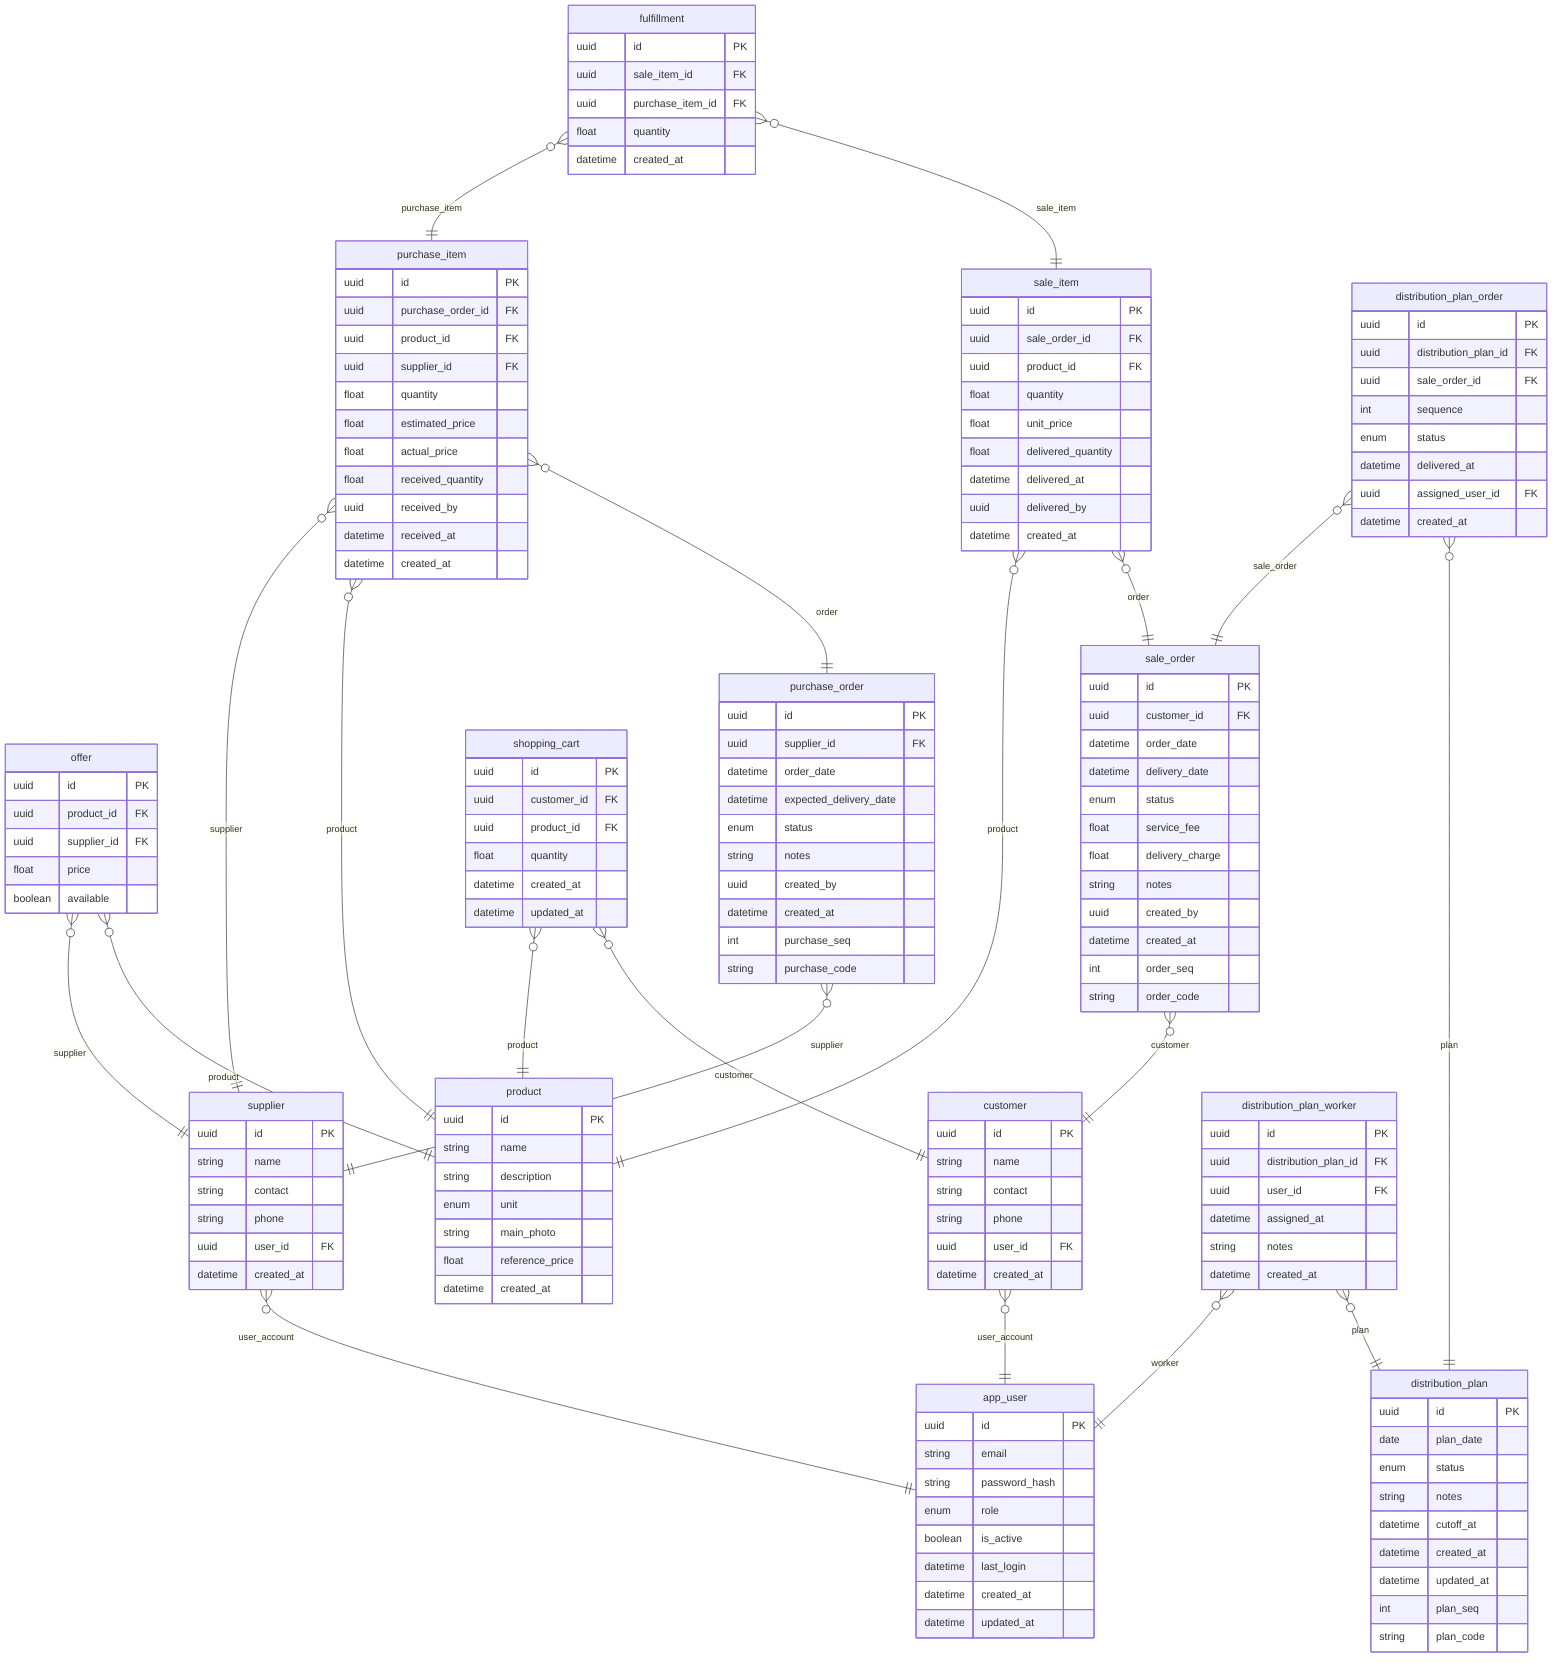
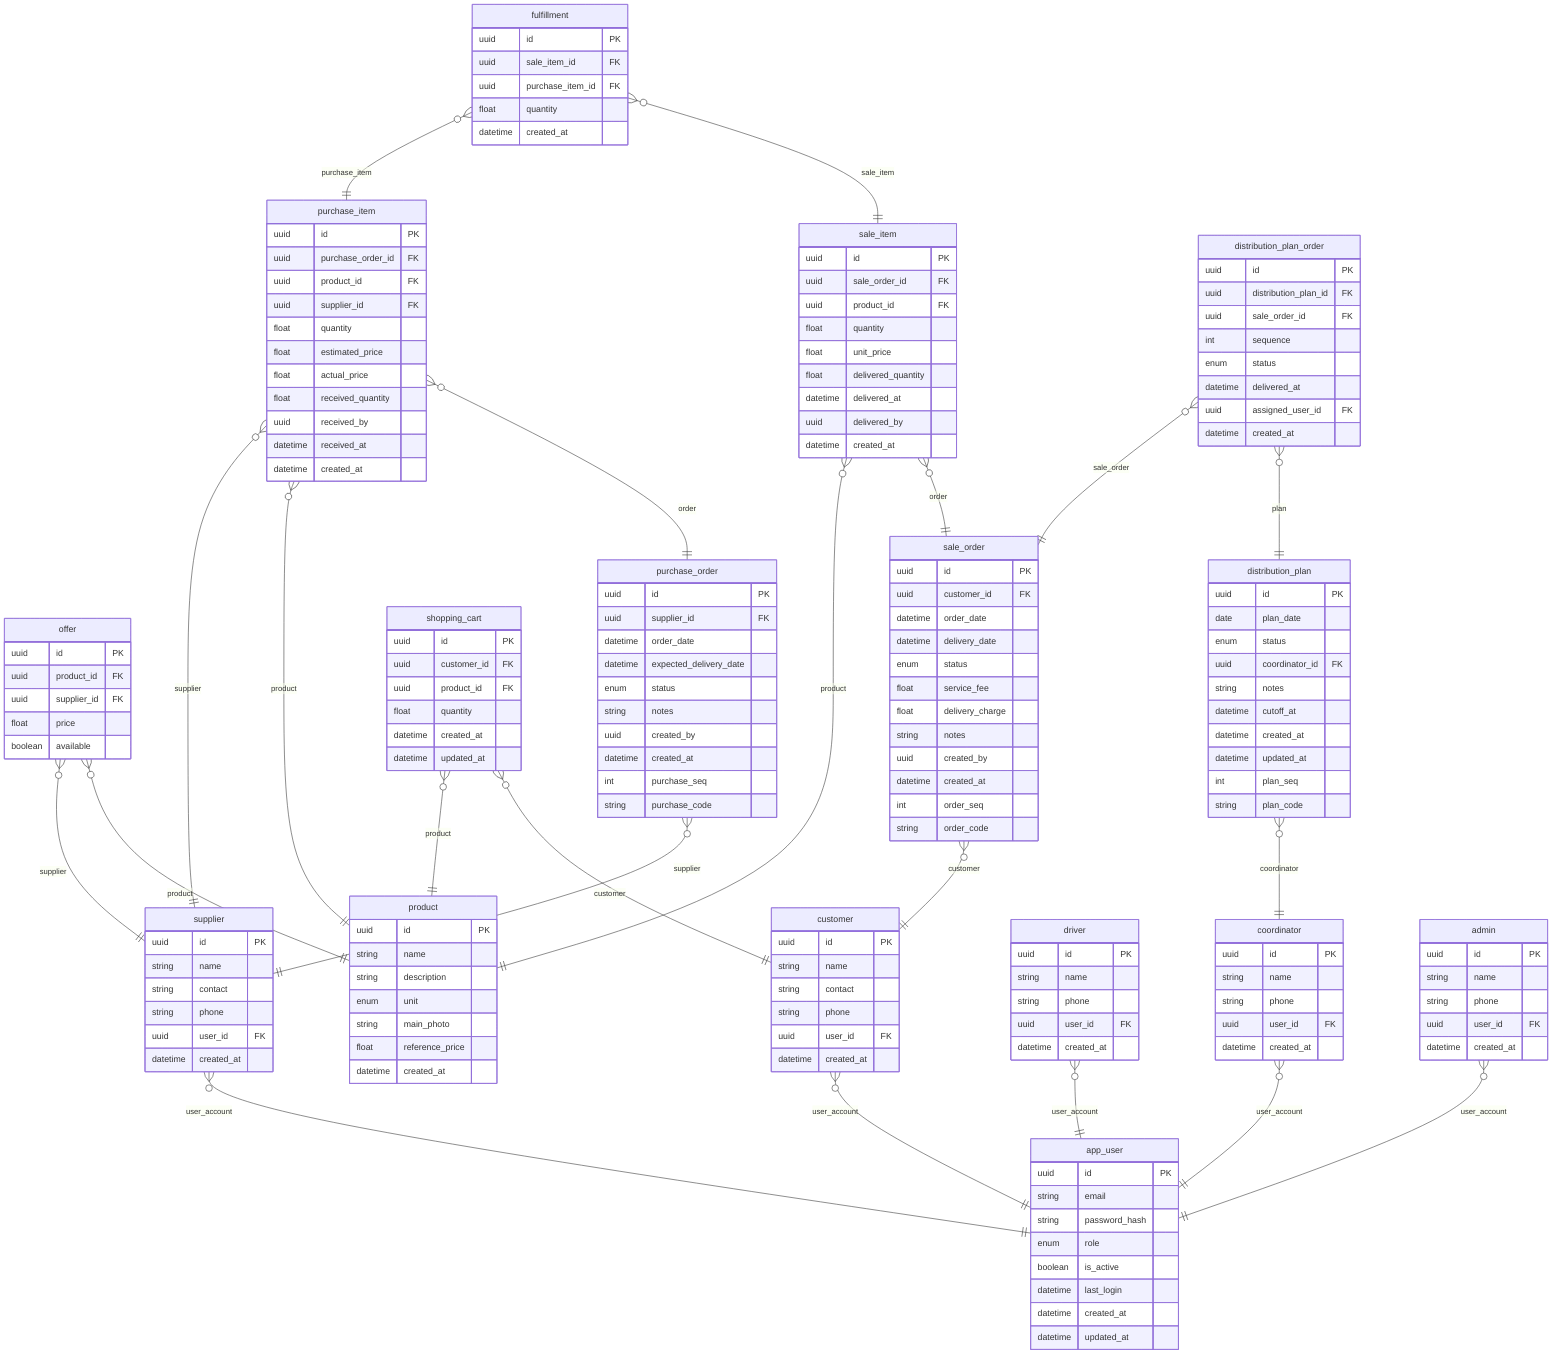
%% Diagrama ER del esquema de base de datos (Jepri Dashboard)
%% Referencia: scripts/supabase_sql.sql

erDiagram
    app_user {
        uuid id PK
        string email
        string password_hash
        enum role
        boolean is_active
        datetime last_login
        datetime created_at
        datetime updated_at
    }

    product {
        uuid id PK
        string name
        string description
        enum unit
        string main_photo
        float reference_price
        datetime created_at
    }

    supplier {
        uuid id PK
        string name
        string contact
        string phone
        uuid user_id FK
        datetime created_at
    }

    offer {
        uuid id PK
        uuid product_id FK
        uuid supplier_id FK
        float price
        boolean available
    }

    customer {
        uuid id PK
        string name
        string contact
        string phone
        uuid user_id FK
        datetime created_at
    }

+     driver {
+         uuid id PK
+         string name
+         string phone
+         uuid user_id FK
+         datetime created_at
+     }
+ 
+     coordinator {
+         uuid id PK
+         string name
+         string phone
+         uuid user_id FK
+         datetime created_at
+     }
+ 
+     admin {
+         uuid id PK
+         string name
+         string phone
+         uuid user_id FK
+         datetime created_at
+     }
+ 
    sale_order {
        uuid id PK
        uuid customer_id FK
        datetime order_date
        datetime delivery_date
        enum status
        float service_fee
        float delivery_charge
        string notes
        uuid created_by
        datetime created_at
        int order_seq
        string order_code
    }

    sale_item {
        uuid id PK
        uuid sale_order_id FK
        uuid product_id FK
        float quantity
        float unit_price
        float delivered_quantity
        datetime delivered_at
        uuid delivered_by
        datetime created_at
    }

    purchase_order {
        uuid id PK
        uuid supplier_id FK
        datetime order_date
        datetime expected_delivery_date
        enum status
        string notes
        uuid created_by
        datetime created_at
        int purchase_seq
        string purchase_code
    }

    purchase_item {
        uuid id PK
        uuid purchase_order_id FK
        uuid product_id FK
        uuid supplier_id FK
        float quantity
        float estimated_price
        float actual_price
        float received_quantity
        uuid received_by
        datetime received_at
        datetime created_at
    }

    fulfillment {
        uuid id PK
        uuid sale_item_id FK
        uuid purchase_item_id FK
        float quantity
        datetime created_at
    }

    shopping_cart {
        uuid id PK
        uuid customer_id FK
        uuid product_id FK
        float quantity
        datetime created_at
        datetime updated_at
    }

    distribution_plan {
        uuid id PK
        date plan_date
        enum status
+         uuid coordinator_id FK
        string notes
        datetime cutoff_at
        datetime created_at
        datetime updated_at
        int plan_seq
        string plan_code
-     }
- 
-     distribution_plan_worker {
-         uuid id PK
-         uuid distribution_plan_id FK
-         uuid user_id FK
-         datetime assigned_at
-         string notes
-         datetime created_at
    }

    distribution_plan_order {
        uuid id PK
        uuid distribution_plan_id FK
        uuid sale_order_id FK
        int sequence
        enum status
        datetime delivered_at
        uuid assigned_user_id FK
        datetime created_at
    }

    %% Relaciones (cardinalidades)
    supplier }o--|| app_user : user_account
    customer }o--|| app_user : user_account

    offer }o--|| product : product
    offer }o--|| supplier : supplier

    sale_order }o--|| customer : customer
    sale_item }o--|| sale_order : order
    sale_item }o--|| product : product

    purchase_order }o--|| supplier : supplier
    purchase_item }o--|| purchase_order : order
    purchase_item }o--|| product : product
    purchase_item }o--|| supplier : supplier

    fulfillment }o--|| sale_item : sale_item
    fulfillment }o--|| purchase_item : purchase_item

    shopping_cart }o--|| customer : customer
    shopping_cart }o--|| product : product

-     distribution_plan_worker }o--|| distribution_plan : plan
-     distribution_plan_worker }o--|| app_user : worker
+     driver }o--|| app_user : user_account
+     coordinator }o--|| app_user : user_account
+     admin }o--|| app_user : user_account
+ 
+     distribution_plan }o--|| coordinator : coordinator

    distribution_plan_order }o--|| distribution_plan : plan
    distribution_plan_order }o--|| sale_order : sale_order

    %% Vistas (referencia): sale_order_with_total, sale_order_with_total_and_status, purchase_order_with_total